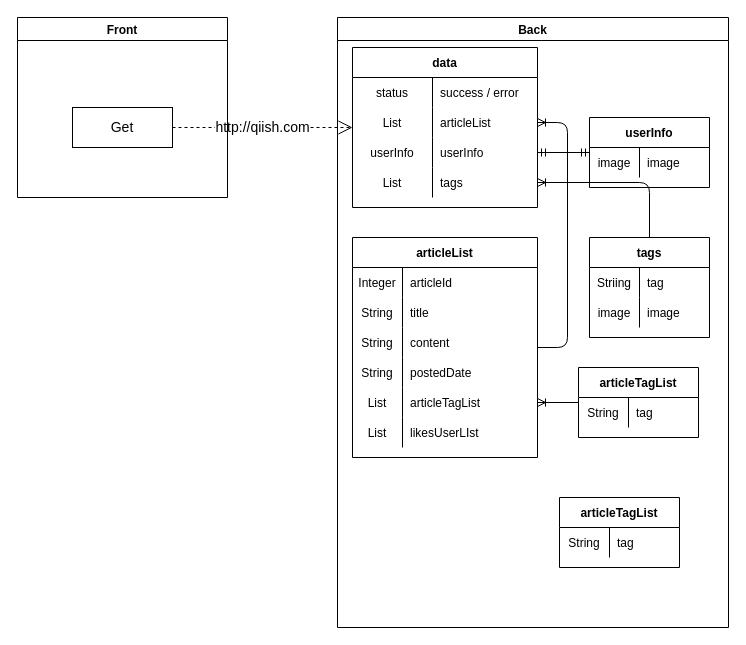
Before: page "[トップページ]記事一覧" (2 of 17) of Designs/基本設計.drawio in yusuke-rakus/Qiish, a draw.io diagram. Source tidied: cells renumbered, new cells numbered last; positions are measured from the earlier drawing's top-left corner, leaving out a move shared by most shapes. Both pictures are drawn from the tidied source at 100%, with x=0, y=0 at pixel (17, 17).
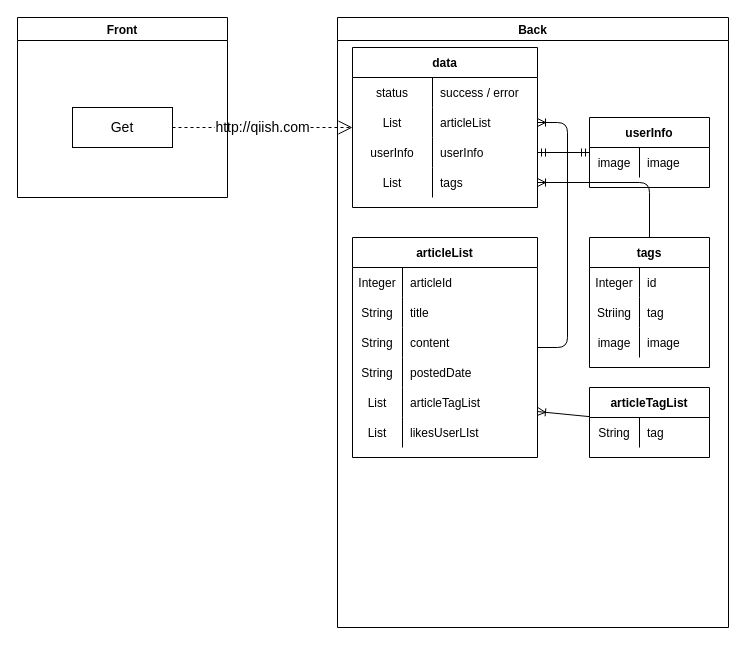
The same page after the edit.

Unchanged cells that the change refers to:
```xml
<mxCell id="2" value="Back" style="swimlane;" parent="1" vertex="1">
  <mxGeometry x="320" width="391" height="610" as="geometry" />
</mxCell>
```

Change to the diagram source:
```diff
@@
     <mxCell id="35" value="articleTagList" style="shape=table;startSize=30;childLayout=tableLayout;rowLines=0;fontStyle=1;align=center;" parent="2" vertex="1">
-      <mxGeometry x="241" y="350" width="120" height="70" as="geometry" />
+      <mxGeometry x="252" y="370" width="120" height="70" as="geometry" />
     </mxCell>
@@
     <mxCell id="46" value="tags" style="shape=table;startSize=30;childLayout=tableLayout;rowLines=0;fontStyle=1;align=center;" parent="2" vertex="1">
-      <mxGeometry x="252" y="220" width="120" height="100" as="geometry" />
+      <mxGeometry x="252" y="220" width="120" height="130" as="geometry" />
     </mxCell>
+    <mxCell id="55" style="shape=partialRectangle;fillColor=none;top=0;left=0;bottom=0;right=0;" parent="46" vertex="1">
+      <mxGeometry y="30" width="120" height="30" as="geometry" />
+    </mxCell>
+    <mxCell id="61" value="Integer" style="shape=partialRectangle;fillColor=none;top=0;left=0;bottom=0;right=0;overflow=hidden;" parent="55" vertex="1">
+      <mxGeometry width="50" height="30" as="geometry" />
+    </mxCell>
+    <mxCell id="62" value="id" style="shape=partialRectangle;fillColor=none;top=0;left=0;bottom=0;right=0;align=left;spacingLeft=6;overflow=hidden;" parent="55" vertex="1">
+      <mxGeometry x="50" width="70" height="30" as="geometry" />
+    </mxCell>
     <mxCell id="47" style="shape=partialRectangle;fillColor=none;top=0;left=0;bottom=0;right=0;" parent="46" vertex="1">
-      <mxGeometry y="30" width="120" height="30" as="geometry" />
+      <mxGeometry y="60" width="120" height="30" as="geometry" />
     </mxCell>
@@
     <mxCell id="50" style="shape=partialRectangle;fillColor=none;top=0;left=0;bottom=0;right=0;" parent="46" vertex="1">
-      <mxGeometry y="60" width="120" height="30" as="geometry" />
+      <mxGeometry y="90" width="120" height="30" as="geometry" />
     </mxCell>
@@
-    <mxCell id="54" value="articleTagList" style="shape=table;startSize=30;childLayout=tableLayout;rowLines=0;fontStyle=1;align=center;" parent="2" vertex="1">
-      <mxGeometry x="222" y="480" width="120" height="70" as="geometry" />
-    </mxCell>
-    <mxCell id="55" style="shape=partialRectangle;fillColor=none;top=0;left=0;bottom=0;right=0;" parent="54" vertex="1">
-      <mxGeometry y="30" width="120" height="30" as="geometry" />
-    </mxCell>
-    <mxCell id="56" value="String" style="shape=partialRectangle;fillColor=none;top=0;left=0;bottom=0;right=0;overflow=hidden;" parent="55" vertex="1">
-      <mxGeometry width="50" height="30" as="geometry" />
-    </mxCell>
-    <mxCell id="57" value="tag" style="shape=partialRectangle;fillColor=none;top=0;left=0;bottom=0;right=0;align=left;spacingLeft=6;overflow=hidden;" parent="55" vertex="1">
-      <mxGeometry x="50" width="70" height="30" as="geometry" />
-    </mxCell>
```
